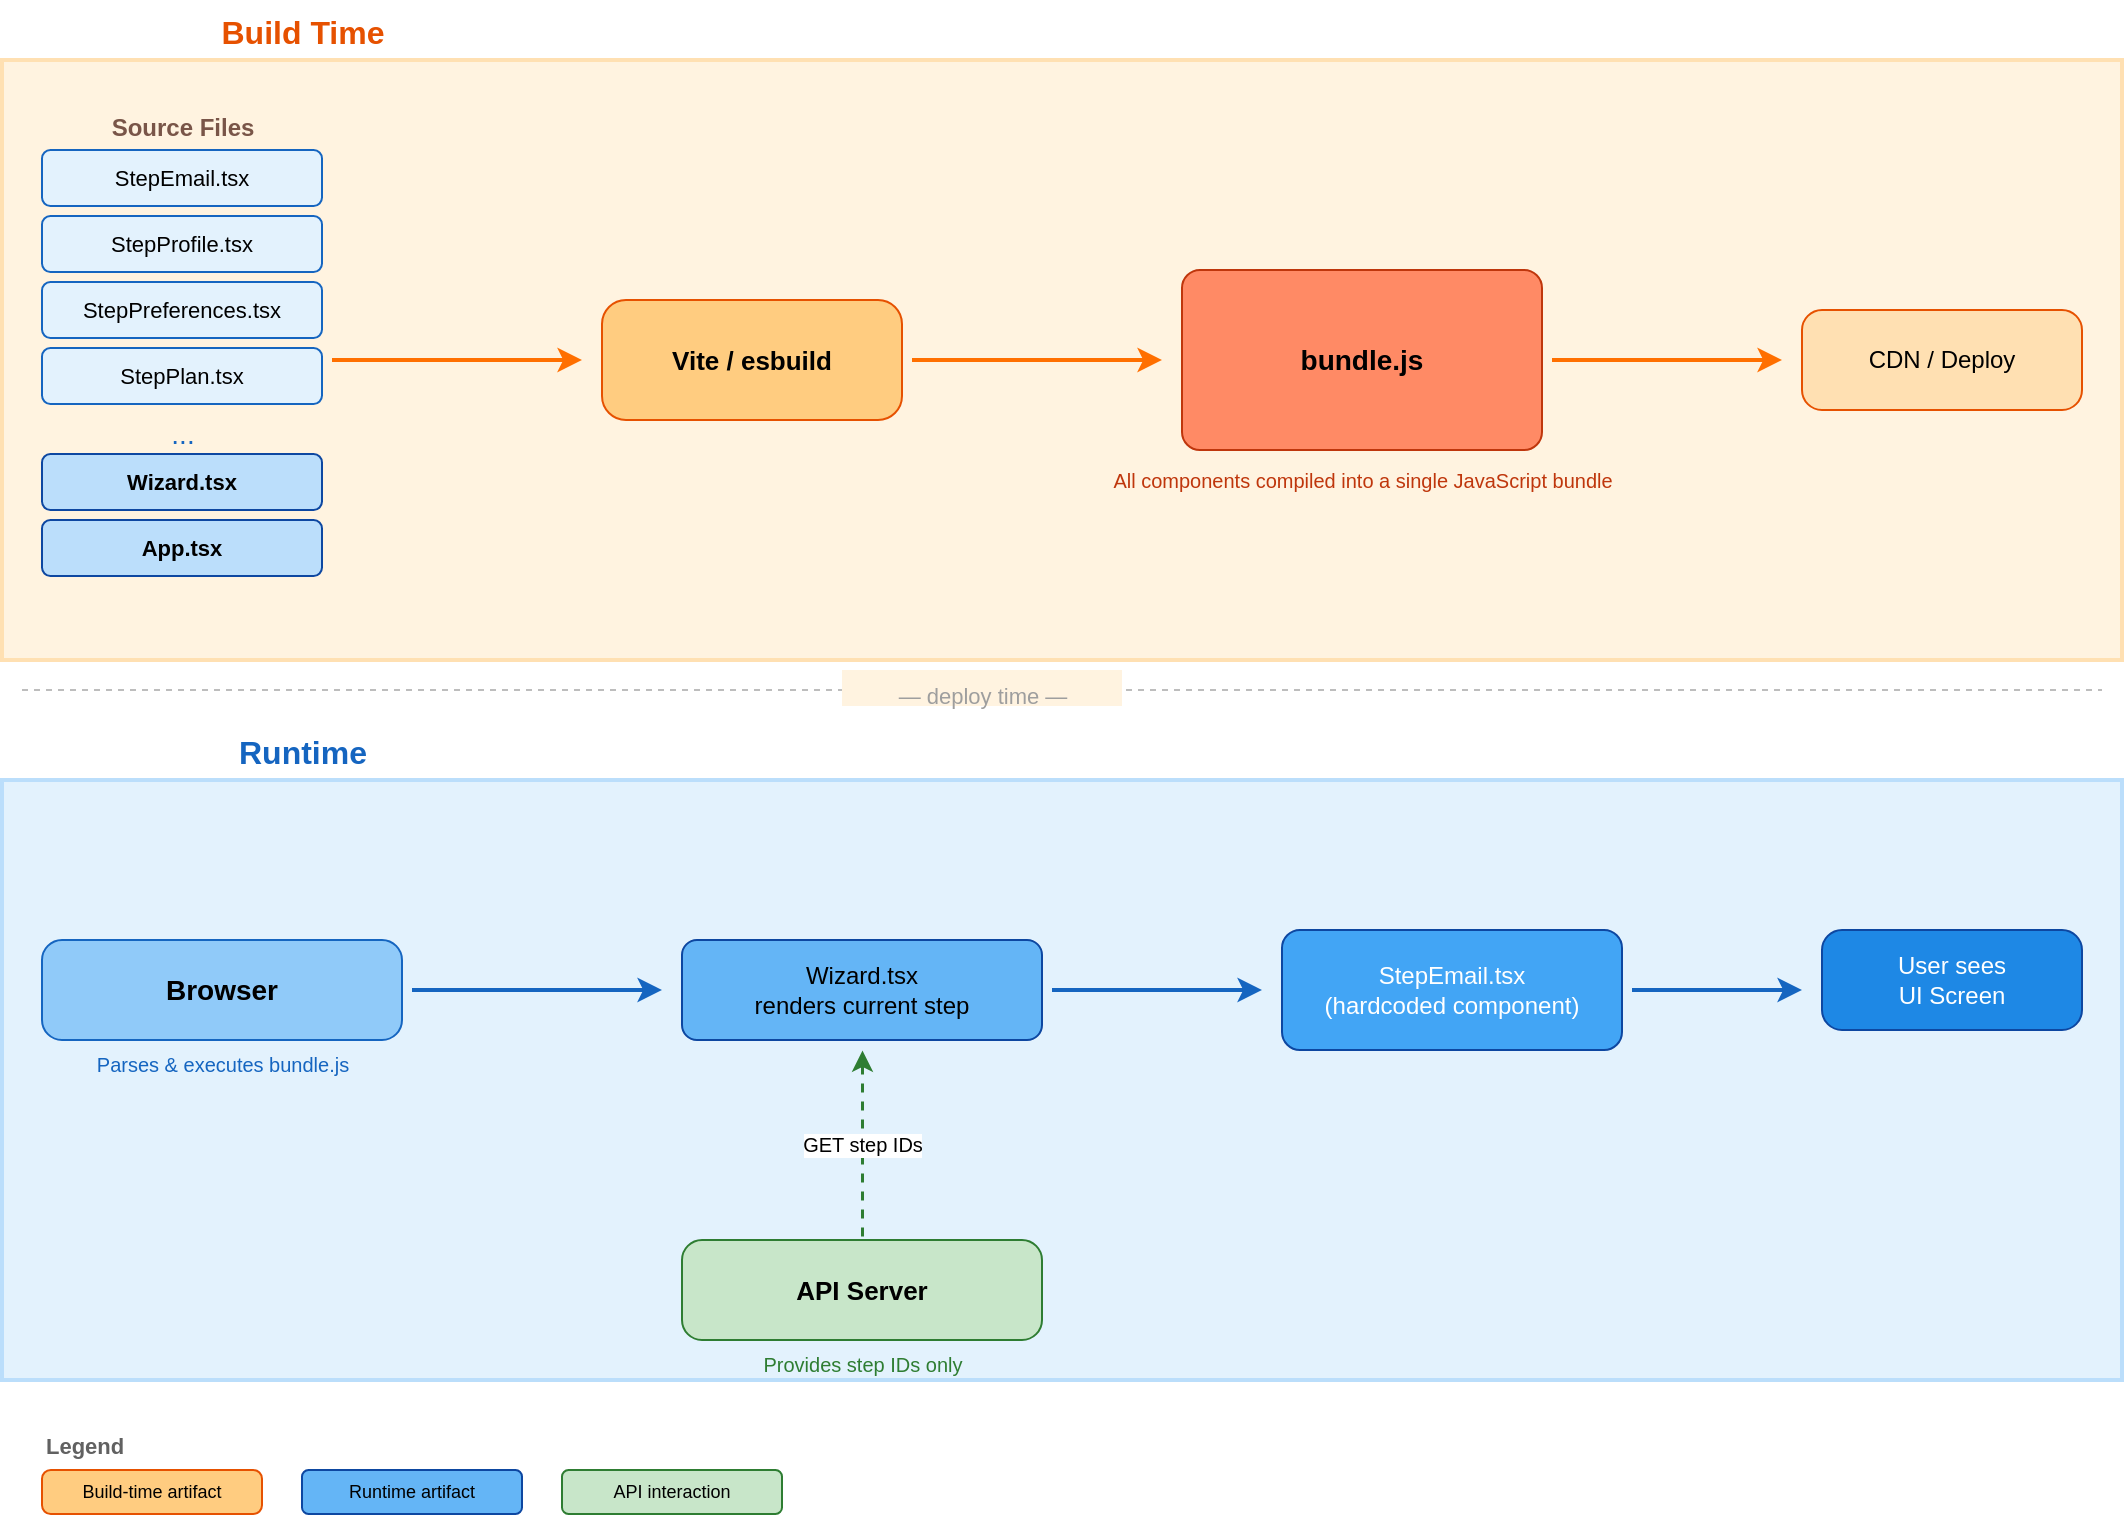
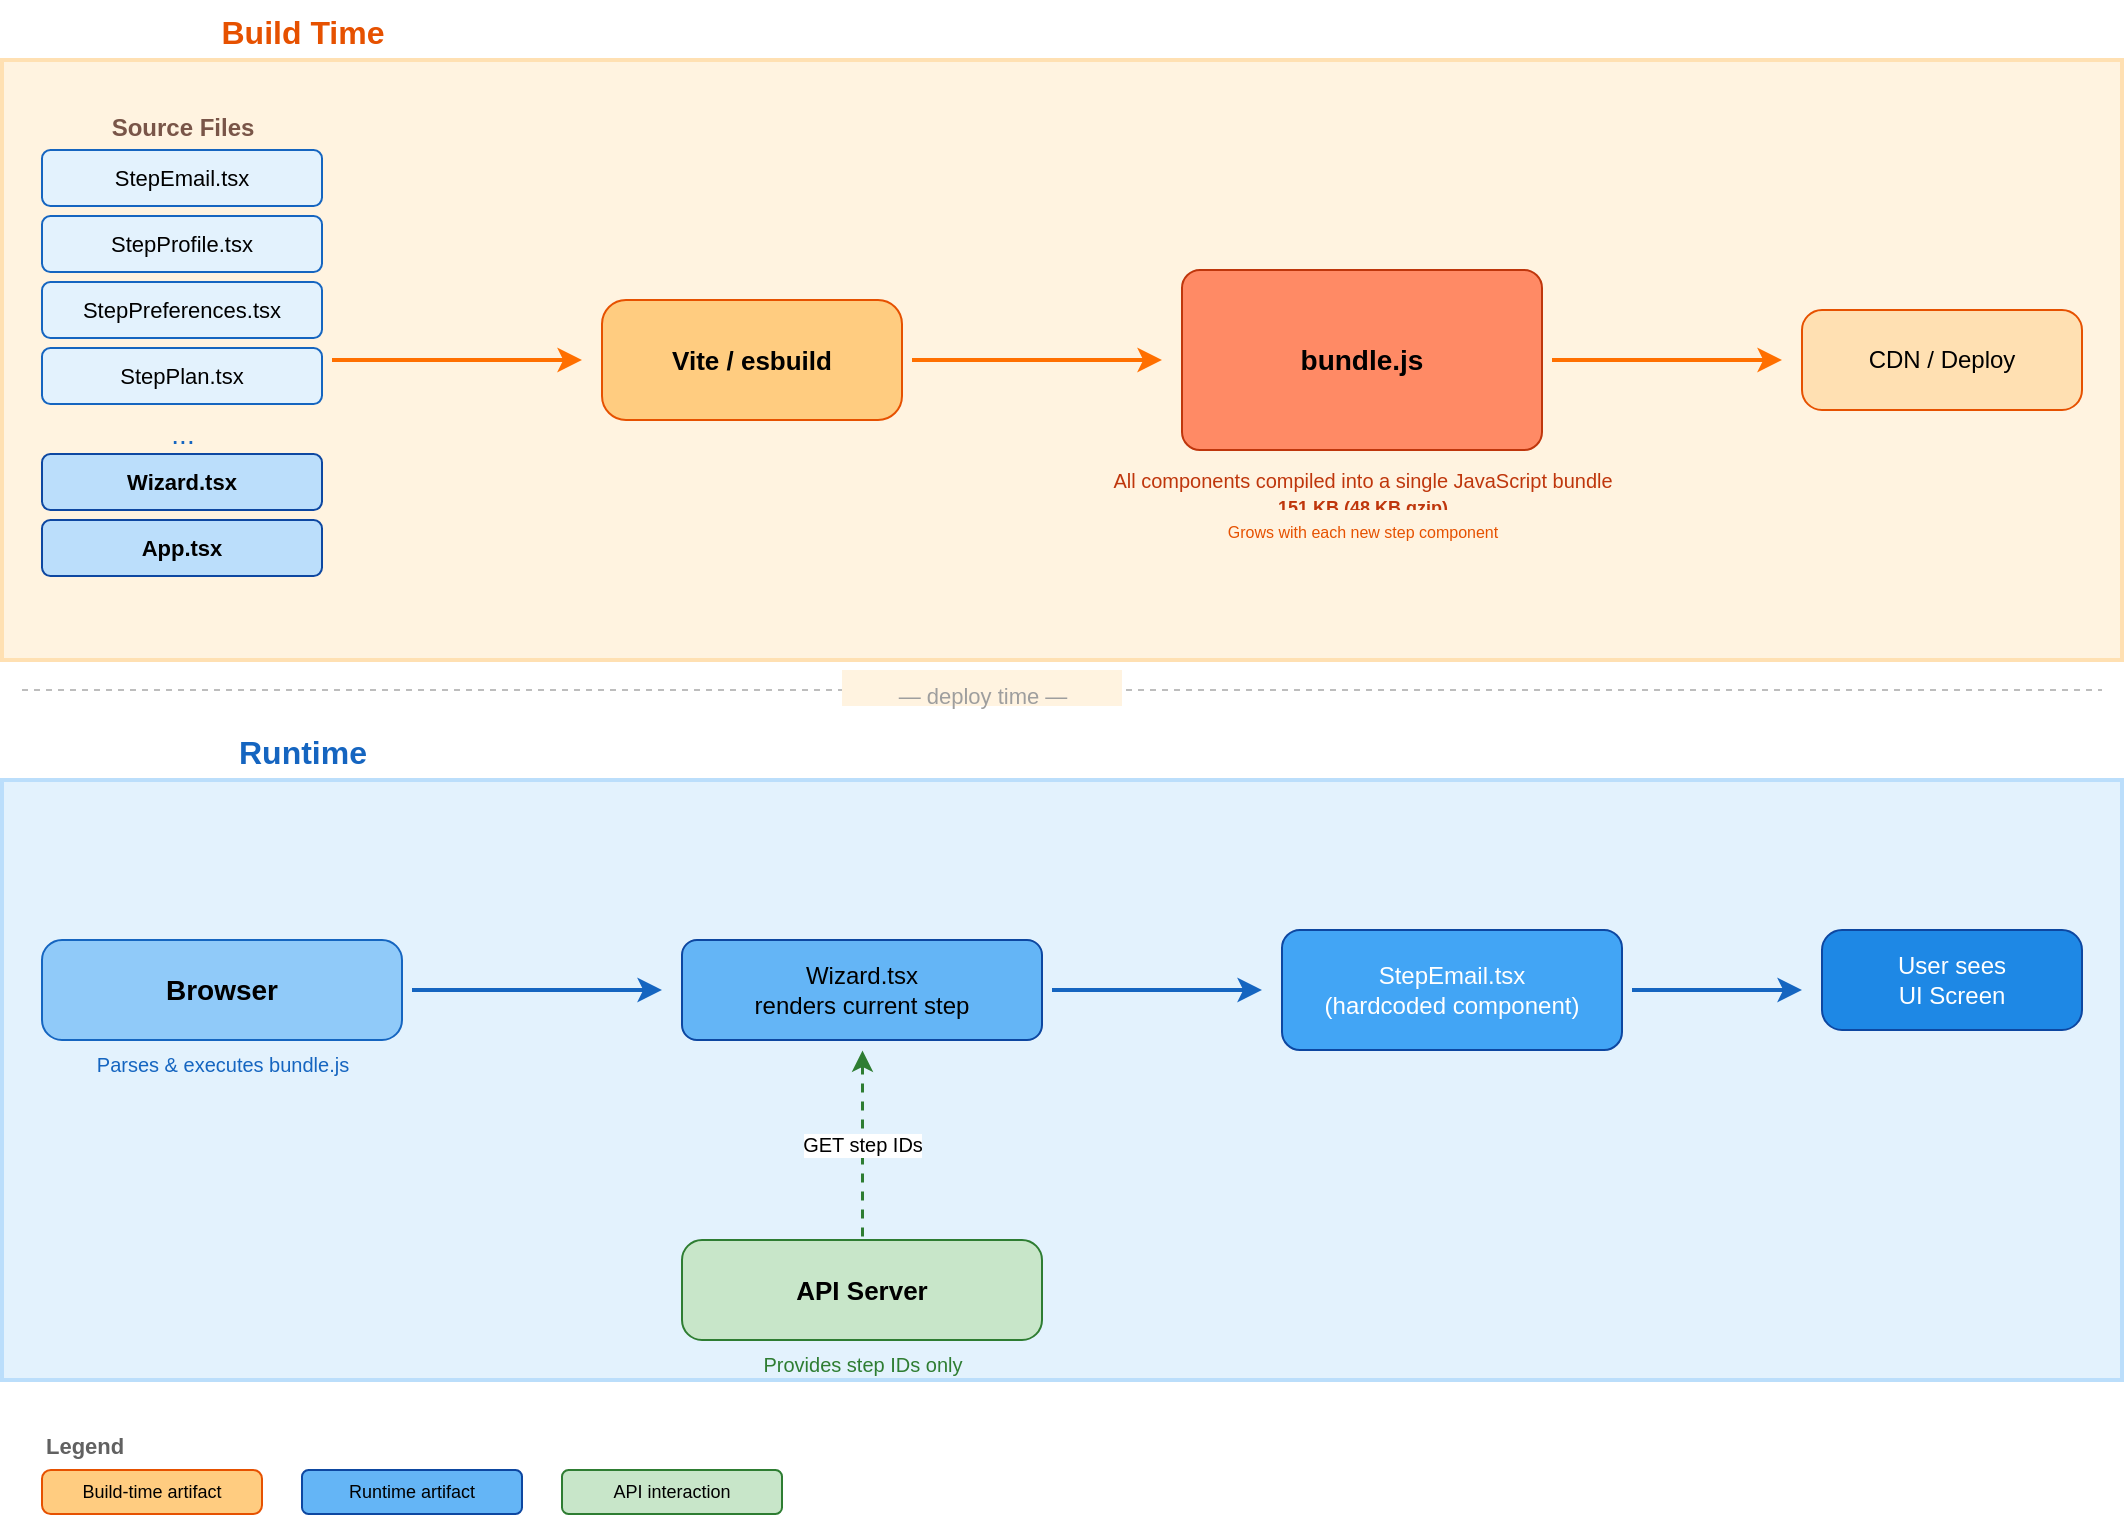
<mxfile host="app.diagrams.net" modified="2026-07-02T09:00:00Z" agent="Mozilla/5.0" version="24.2.5">
  <diagram id="flow" name="Architecture Flow">
    <mxGraphModel dx="0" dy="0" grid="1" gridSize="10" guides="1" tooltips="1" connect="1" arrows="1" fold="1" page="1" pageScale="1" pageWidth="1100" pageHeight="850" math="0" shadow="0">
      <root>
        <mxCell id="0" />
        <mxCell id="1" parent="0" />

        <!-- Section: Build Time -->
        <mxCell id="s-build" value="Build Time" style="text;html=1;strokeColor=none;fillColor=none;align=center;fontSize=16;fontStyle=1;fontColor=#e65100;" vertex="1" parent="1">
          <mxGeometry x="20" y="10" width="300" height="30" as="geometry" />
        </mxCell>

        <mxCell id="bg-build" value="" style="rounded=0;whiteSpace=window;fillColor=#fff3e0;strokeColor=#ffe0b2;strokeWidth=2;fontSize=12;html=1;" vertex="1" parent="1">
          <mxGeometry x="20" y="40" width="1060" height="300" as="geometry" />
        </mxCell>

        <!-- Source files column -->
        <mxCell id="src-label" value="Source Files" style="text;html=1;strokeColor=none;fillColor=none;align=center;fontSize=12;fontColor=#795548;fontStyle=1;" vertex="1" parent="1">
          <mxGeometry x="40" y="60" width="140" height="20" as="geometry" />
        </mxCell>

        <mxCell id="src-step-email" value="StepEmail.tsx" style="rounded=1;whiteSpace=wrap;html=1;fillColor=#e3f2fd;strokeColor=#1565c0;fontSize=11;" vertex="1" parent="1">
          <mxGeometry x="40" y="85" width="140" height="28" as="geometry" />
        </mxCell>

        <mxCell id="src-step-profile" value="StepProfile.tsx" style="rounded=1;whiteSpace=wrap;html=1;fillColor=#e3f2fd;strokeColor=#1565c0;fontSize=11;" vertex="1" parent="1">
          <mxGeometry x="40" y="118" width="140" height="28" as="geometry" />
        </mxCell>

        <mxCell id="src-step-prefs" value="StepPreferences.tsx" style="rounded=1;whiteSpace=wrap;html=1;fillColor=#e3f2fd;strokeColor=#1565c0;fontSize=11;" vertex="1" parent="1">
          <mxGeometry x="40" y="151" width="140" height="28" as="geometry" />
        </mxCell>

        <mxCell id="src-step-plan" value="StepPlan.tsx" style="rounded=1;whiteSpace=wrap;html=1;fillColor=#e3f2fd;strokeColor=#1565c0;fontSize=11;" vertex="1" parent="1">
          <mxGeometry x="40" y="184" width="140" height="28" as="geometry" />
        </mxCell>

        <mxCell id="src-ellipsis" value="..." style="text;html=1;strokeColor=none;fillColor=none;align=center;fontSize=14;fontColor=#1565c0;" vertex="1" parent="1">
          <mxGeometry x="40" y="212" width="140" height="20" as="geometry" />
        </mxCell>

        <mxCell id="src-wizard" value="Wizard.tsx" style="rounded=1;whiteSpace=wrap;html=1;fillColor=#bbdefb;strokeColor=#0d47a1;fontSize=11;fontStyle=1;" vertex="1" parent="1">
          <mxGeometry x="40" y="237" width="140" height="28" as="geometry" />
        </mxCell>

        <mxCell id="src-app" value="App.tsx" style="rounded=1;whiteSpace=wrap;html=1;fillColor=#bbdefb;strokeColor=#0d47a1;fontSize=11;fontStyle=1;" vertex="1" parent="1">
          <mxGeometry x="40" y="270" width="140" height="28" as="geometry" />
        </mxCell>

        <!-- Arrow: source files → build tool -->
        <mxCell id="arrow-src-build" value="" style="edgeStyle=orthogonalEdgeStyle;rounded=0;orthogonalLoop=1;jettySize=auto;html=1;exitX=1;exitY=0.5;entryX=0;entryY=0.5;strokeWidth=2;strokeColor=#ff6f00;" edge="1" parent="1">
          <mxGeometry relative="1" as="geometry">
            <mxPoint x="185" y="190" as="sourcePoint" />
            <mxPoint x="310" y="190" as="targetPoint" />
          </mxGeometry>
        </mxCell>

        <!-- Build tool -->
        <mxCell id="build-tool" value="Vite / esbuild" style="rounded=1;whiteSpace=wrap;html=1;fillColor=#ffcc80;strokeColor=#e65100;fontSize=13;fontStyle=1;arcSize=20;" vertex="1" parent="1">
          <mxGeometry x="320" y="160" width="150" height="60" as="geometry" />
        </mxCell>

        <!-- Arrow: build tool → bundle -->
        <mxCell id="arrow-build-bundle" value="" style="edgeStyle=orthogonalEdgeStyle;rounded=0;orthogonalLoop=1;jettySize=auto;html=1;exitX=1;exitY=0.5;entryX=0;entryY=0.5;strokeWidth=2;strokeColor=#ff6f00;" edge="1" parent="1">
          <mxGeometry relative="1" as="geometry">
            <mxPoint x="475" y="190" as="sourcePoint" />
            <mxPoint x="600" y="190" as="targetPoint" />
          </mxGeometry>
        </mxCell>

        <!-- Bundle -->
        <mxCell id="bundle" value="bundle.js" style="rounded=1;whiteSpace=wrap;html=1;fillColor=#ff8a65;strokeColor=#bf360c;fontSize=14;fontStyle=1;arcSize=10;" vertex="1" parent="1">
          <mxGeometry x="610" y="145" width="180" height="90" as="geometry" />
        </mxCell>

        <mxCell id="bundle-note" value="All components compiled into a single JavaScript bundle" style="text;html=1;strokeColor=none;fillColor=none;align=center;fontSize=10;fontColor=#bf360c;fontStyle=0;" vertex="1" parent="1">
          <mxGeometry x="610" y="238" width="180" height="16" as="geometry" />
+         </mxCell>
+ 
+         <mxCell id="bundle-size" value="151 KB (48 KB gzip)" style="text;html=1;strokeColor=none;fillColor=none;align=center;fontSize=9;fontColor=#bf360c;fontStyle=1;" vertex="1" parent="1">
+           <mxGeometry x="610" y="252" width="180" height="14" as="geometry" />
+         </mxCell>
+ 
+         <mxCell id="bundle-scale-note" value="Grows with each new step component" style="text;html=1;strokeColor=none;fillColor=#fff3e0;align=center;fontSize=8;fontColor=#e65100;rounded=1;" vertex="1" parent="1">
+           <mxGeometry x="610" y="265" width="180" height="18" as="geometry" />
        </mxCell>

        <!-- Arrow: bundle → deploy -->
        <mxCell id="arrow-bundle-deploy" value="" style="edgeStyle=orthogonalEdgeStyle;rounded=0;orthogonalLoop=1;jettySize=auto;html=1;exitX=1;exitY=0.5;entryX=0;entryY=0.5;strokeWidth=2;strokeColor=#ff6f00;" edge="1" parent="1">
          <mxGeometry relative="1" as="geometry">
            <mxPoint x="795" y="190" as="sourcePoint" />
            <mxPoint x="910" y="190" as="targetPoint" />
          </mxGeometry>
        </mxCell>

        <!-- Deploy -->
        <mxCell id="deploy" value="CDN / Deploy" style="rounded=1;whiteSpace=wrap;html=1;fillColor=#ffe0b2;strokeColor=#e65100;fontSize=12;arcSize=20;" vertex="1" parent="1">
          <mxGeometry x="920" y="165" width="140" height="50" as="geometry" />
        </mxCell>

        <!-- Divider -->
        <mxCell id="divider-line" value="" style="line;strokeWidth=1;strokeColor=#bdbdbd;dashed=1;html=1;" vertex="1" parent="1">
          <mxGeometry x="30" y="350" width="1040" height="10" as="geometry" />
        </mxCell>

        <mxCell id="divider-label" value="— deploy time —" style="text;html=1;strokeColor=none;fillColor=#fff3e0;align=center;fontSize=11;fontColor=#9e9e9e;" vertex="1" parent="1">
          <mxGeometry x="440" y="345" width="140" height="18" as="geometry" />
        </mxCell>

        <!-- Section: Runtime -->
        <mxCell id="s-runtime" value="Runtime" style="text;html=1;strokeColor=none;fillColor=none;align=center;fontSize=16;fontStyle=1;fontColor=#1565c0;" vertex="1" parent="1">
          <mxGeometry x="20" y="370" width="300" height="30" as="geometry" />
        </mxCell>

        <mxCell id="bg-runtime" value="" style="rounded=0;whiteSpace=window;fillColor=#e3f2fd;strokeColor=#bbdefb;strokeWidth=2;fontSize=12;html=1;" vertex="1" parent="1">
          <mxGeometry x="20" y="400" width="1060" height="300" as="geometry" />
        </mxCell>

        <!-- Browser -->
        <mxCell id="browser" value="Browser" style="rounded=1;whiteSpace=wrap;html=1;fillColor=#90caf9;strokeColor=#1565c0;fontSize=14;fontStyle=1;arcSize=20;" vertex="1" parent="1">
          <mxGeometry x="40" y="480" width="180" height="50" as="geometry" />
        </mxCell>

        <mxCell id="browser-note" value="Parses &amp; executes bundle.js" style="text;html=1;strokeColor=none;fillColor=none;align=center;fontSize=10;fontColor=#1565c0;" vertex="1" parent="1">
          <mxGeometry x="40" y="530" width="180" height="16" as="geometry" />
        </mxCell>

        <!-- Arrow: browser → react renders -->
        <mxCell id="arrow-browser-react" value="" style="edgeStyle=orthogonalEdgeStyle;rounded=0;orthogonalLoop=1;jettySize=auto;html=1;exitX=1;exitY=0.5;entryX=0;entryY=0.5;strokeWidth=2;strokeColor=#1565c0;" edge="1" parent="1">
          <mxGeometry relative="1" as="geometry">
            <mxPoint x="225" y="505" as="sourcePoint" />
            <mxPoint x="350" y="505" as="targetPoint" />
          </mxGeometry>
        </mxCell>

        <!-- React renders step -->
        <mxCell id="react-render" value="Wizard.tsx&#10;renders current step" style="rounded=1;whiteSpace=wrap;html=1;fillColor=#64b5f6;strokeColor=#0d47a1;fontSize=12;" vertex="1" parent="1">
          <mxGeometry x="360" y="480" width="180" height="50" as="geometry" />
        </mxCell>

        <!-- Arrow: render → step component -->
        <mxCell id="arrow-render-step" value="" style="edgeStyle=orthogonalEdgeStyle;rounded=0;orthogonalLoop=1;jettySize=auto;html=1;exitX=1;exitY=0.5;entryX=0;entryY=0.5;strokeWidth=2;strokeColor=#1565c0;" edge="1" parent="1">
          <mxGeometry relative="1" as="geometry">
            <mxPoint x="545" y="505" as="sourcePoint" />
            <mxPoint x="650" y="505" as="targetPoint" />
          </mxGeometry>
        </mxCell>

        <!-- Step component -->
        <mxCell id="step-comp" value="StepEmail.tsx&#10;(hardcoded component)" style="rounded=1;whiteSpace=wrap;html=1;fillColor=#42a5f5;strokeColor=#0d47a1;fontSize=12;fontColor=#ffffff;" vertex="1" parent="1">
          <mxGeometry x="660" y="475" width="170" height="60" as="geometry" />
        </mxCell>

        <!-- Arrow: step → user sees -->
        <mxCell id="arrow-step-screen" value="" style="edgeStyle=orthogonalEdgeStyle;rounded=0;orthogonalLoop=1;jettySize=auto;html=1;exitX=1;exitY=0.5;entryX=0;entryY=0.5;strokeWidth=2;strokeColor=#1565c0;" edge="1" parent="1">
          <mxGeometry relative="1" as="geometry">
            <mxPoint x="835" y="505" as="sourcePoint" />
            <mxPoint x="920" y="505" as="targetPoint" />
          </mxGeometry>
        </mxCell>

        <!-- Screen -->
        <mxCell id="screen" value="User sees&#10;UI Screen" style="rounded=1;whiteSpace=wrap;html=1;fillColor=#1e88e5;strokeColor=#0d47a1;fontSize=12;fontColor=#ffffff;arcSize=20;" vertex="1" parent="1">
          <mxGeometry x="930" y="475" width="130" height="50" as="geometry" />
        </mxCell>

        <!-- API server interaction -->
        <mxCell id="api-server" value="API Server" style="rounded=1;whiteSpace=wrap;html=1;fillColor=#c8e6c9;strokeColor=#2e7d32;fontSize=13;fontStyle=1;arcSize=20;" vertex="1" parent="1">
          <mxGeometry x="360" y="630" width="180" height="50" as="geometry" />
        </mxCell>

        <mxCell id="api-note" value="Provides step IDs only" style="text;html=1;strokeColor=none;fillColor=none;align=center;fontSize=10;fontColor=#2e7d32;" vertex="1" parent="1">
          <mxGeometry x="360" y="680" width="180" height="16" as="geometry" />
        </mxCell>

        <!-- Arrow: API → renderer -->
        <mxCell id="arrow-api-render" value="GET step IDs" style="edgeStyle=orthogonalEdgeStyle;rounded=0;orthogonalLoop=1;jettySize=auto;html=1;exitX=0.5;exitY=0;entryX=0.5;entryY=1;strokeWidth=1.5;strokeColor=#2e7d32;dashed=1;fontSize=10;" edge="1" parent="1">
          <mxGeometry relative="1" as="geometry">
            <mxPoint x="450" y="628" as="sourcePoint" />
            <mxPoint x="450" y="535" as="targetPoint" />
          </mxGeometry>
        </mxCell>

        <!-- Legend -->
        <mxCell id="legend" value="Legend" style="text;html=1;strokeColor=none;fillColor=none;align=left;fontSize=11;fontStyle=1;fontColor=#616161;" vertex="1" parent="1">
          <mxGeometry x="40" y="720" width="60" height="20" as="geometry" />
        </mxCell>

        <mxCell id="legend-bt" value="Build-time artifact" style="rounded=1;whiteSpace=wrap;html=1;fillColor=#ffcc80;strokeColor=#e65100;fontSize=9;arcSize=20;" vertex="1" parent="1">
          <mxGeometry x="40" y="745" width="110" height="22" as="geometry" />
        </mxCell>

        <mxCell id="legend-rt" value="Runtime artifact" style="rounded=1;whiteSpace=wrap;html=1;fillColor=#64b5f6;strokeColor=#0d47a1;fontSize=9;" vertex="1" parent="1">
          <mxGeometry x="170" y="745" width="110" height="22" as="geometry" />
        </mxCell>

        <mxCell id="legend-api" value="API interaction" style="rounded=1;whiteSpace=wrap;html=1;fillColor=#c8e6c9;strokeColor=#2e7d32;fontSize=9;" vertex="1" parent="1">
          <mxGeometry x="300" y="745" width="110" height="22" as="geometry" />
        </mxCell>
      </root>
    </mxGraphModel>
  </diagram>
  <diagram id="components" name="Component Hierarchy">
    <mxGraphModel dx="0" dy="0" grid="1" gridSize="10" guides="1" tooltips="1" connect="1" arrows="1" fold="1" page="1" pageScale="1" pageWidth="1100" pageHeight="850" math="0" shadow="0">
      <root>
        <mxCell id="0" />
        <mxCell id="1" parent="0" />

        <mxCell id="h-title" value="Component Hierarchy — Traditional Bundling" style="text;html=1;strokeColor=none;fillColor=none;align=center;fontSize=16;fontStyle=1;fontColor=#1565c0;" vertex="1" parent="1">
          <mxGeometry x="300" y="20" width="400" height="30" as="geometry" />
        </mxCell>

        <!-- App -->
        <mxCell id="h-app" value="App.tsx" style="rounded=1;whiteSpace=wrap;html=1;fillColor=#bbdefb;strokeColor=#0d47a1;fontSize=12;fontStyle=1;arcSize=20;" vertex="1" parent="1">
          <mxGeometry x="440" y="80" width="120" height="40" as="geometry" />
        </mxCell>

        <!-- WizardProvider -->
        <mxCell id="h-provider" value="WizardProvider&#10;(context / state)" style="rounded=1;whiteSpace=wrap;html=1;fillColor=#90caf9;strokeColor=#1565c0;fontSize=11;" vertex="1" parent="1">
          <mxGeometry x="440" y="160" width="120" height="50" as="geometry" />
        </mxCell>

        <mxCell id="h-edge-app-provider" value="" style="edgeStyle=orthogonalEdgeStyle;rounded=0;orthogonalLoop=1;jettySize=auto;html=1;exitX=0.5;exitY=1;entryX=0.5;entryY=0;strokeWidth=1.5;strokeColor=#1565c0;" edge="1" parent="1">
          <mxGeometry relative="1" as="geometry">
            <mxPoint x="500" y="120" as="sourcePoint" />
            <mxPoint x="500" y="160" as="targetPoint" />
          </mxGeometry>
        </mxCell>

        <!-- Wizard -->
        <mxCell id="h-wizard" value="Wizard.tsx" style="rounded=1;whiteSpace=wrap;html=1;fillColor=#64b5f6;strokeColor=#0d47a1;fontSize=12;fontStyle=1;" vertex="1" parent="1">
          <mxGeometry x="440" y="250" width="120" height="40" as="geometry" />
        </mxCell>

        <mxCell id="h-edge-provider-wizard" value="" style="edgeStyle=orthogonalEdgeStyle;rounded=0;orthogonalLoop=1;jettySize=auto;html=1;exitX=0.5;exitY=1;entryX=0.5;entryY=0;strokeWidth=1.5;strokeColor=#1565c0;" edge="1" parent="1">
          <mxGeometry relative="1" as="geometry">
            <mxPoint x="500" y="210" as="sourcePoint" />
            <mxPoint x="500" y="250" as="targetPoint" />
          </mxGeometry>
        </mxCell>

        <!-- ProgressBar -->
        <mxCell id="h-progress" value="ProgressBar&#10;(step dots)" style="rounded=1;whiteSpace=wrap;html=1;fillColor=#42a5f5;strokeColor=#0d47a1;fontSize=10;" vertex="1" parent="1">
          <mxGeometry x="130" y="340" width="120" height="40" as="geometry" />
        </mxCell>

        <mxCell id="h-edge-wizard-progress" value="" style="edgeStyle=orthogonalEdgeStyle;rounded=0;orthogonalLoop=1;jettySize=auto;html=1;exitX=0.5;exitY=1;entryX=0.5;entryY=0;strokeWidth=1.5;strokeColor=#1565c0;" edge="1" parent="1">
          <mxGeometry relative="1" as="geometry">
            <mxPoint x="460" y="290" as="sourcePoint" />
            <mxPoint x="190" y="340" as="targetPoint" />
          </mxGeometry>
        </mxCell>

        <!-- Step components group label -->
        <mxCell id="h-steps-label" value="Step Components (bundled)" style="text;html=1;strokeColor=none;fillColor=#e3f2fd;align=center;fontSize=11;fontStyle=1;fontColor=#1565c0;rounded=1;" vertex="1" parent="1">
          <mxGeometry x="280" y="330" width="140" height="22" as="geometry" />
        </mxCell>

        <mxCell id="h-steps-bg" value="" style="rounded=1;whiteSpace=window;fillColor=#e3f2fd;strokeColor=#bbdefb;strokeWidth=1;fontSize=12;html=1;dashed=1;" vertex="1" parent="1">
          <mxGeometry x="280" y="355" width="540" height="240" as="geometry" />
        </mxCell>

        <!-- StepEmail -->
        <mxCell id="h-step-email" value="StepEmail.tsx" style="rounded=1;whiteSpace=wrap;html=1;fillColor=#42a5f5;strokeColor=#1565c0;fontSize=10;fontColor=#ffffff;" vertex="1" parent="1">
          <mxGeometry x="300" y="370" width="150" height="30" as="geometry" />
        </mxCell>

        <!-- StepProfile -->
        <mxCell id="h-step-profile" value="StepProfile.tsx" style="rounded=1;whiteSpace=wrap;html=1;fillColor=#42a5f5;strokeColor=#1565c0;fontSize=10;fontColor=#ffffff;" vertex="1" parent="1">
          <mxGeometry x="300" y="410" width="150" height="30" as="geometry" />
        </mxCell>

        <!-- StepPreferences -->
        <mxCell id="h-step-prefs" value="StepPreferences.tsx" style="rounded=1;whiteSpace=wrap;html=1;fillColor=#42a5f5;strokeColor=#1565c0;fontSize=10;fontColor=#ffffff;" vertex="1" parent="1">
          <mxGeometry x="300" y="450" width="150" height="30" as="geometry" />
        </mxCell>

        <!-- StepPlan -->
        <mxCell id="h-step-plan" value="StepPlan.tsx" style="rounded=1;whiteSpace=wrap;html=1;fillColor=#42a5f5;strokeColor=#1565c0;fontSize=10;fontColor=#ffffff;" vertex="1" parent="1">
          <mxGeometry x="300" y="490" width="150" height="30" as="geometry" />
        </mxCell>

        <!-- StepBilling -->
        <mxCell id="h-step-billing" value="StepBilling.tsx (conditional)" style="rounded=1;whiteSpace=wrap;html=1;fillColor=#ef9a9a;strokeColor=#c62828;fontSize=10;fontColor=#ffffff;" vertex="1" parent="1">
          <mxGeometry x="480" y="370" width="170" height="30" as="geometry" />
        </mxCell>

        <!-- StepReview -->
        <mxCell id="h-step-review" value="StepReview.tsx" style="rounded=1;whiteSpace=wrap;html=1;fillColor=#42a5f5;strokeColor=#1565c0;fontSize=10;fontColor=#ffffff;" vertex="1" parent="1">
          <mxGeometry x="480" y="410" width="150" height="30" as="geometry" />
        </mxCell>

        <!-- StepConfirmation -->
        <mxCell id="h-step-confirm" value="StepConfirmation.tsx" style="rounded=1;whiteSpace=wrap;html=1;fillColor=#66bb6a;strokeColor=#2e7d32;fontSize=10;fontColor=#ffffff;" vertex="1" parent="1">
          <mxGeometry x="480" y="450" width="170" height="30" as="geometry" />
        </mxCell>

        <!-- Arrow from wizard to step group -->
        <mxCell id="h-edge-wizard-steps" value="switch(stepId)" style="edgeStyle=orthogonalEdgeStyle;rounded=0;orthogonalLoop=1;jettySize=auto;html=1;exitX=0.5;exitY=1;entryX=0.5;entryY=0;strokeWidth=1.5;strokeColor=#1565c0;fontSize=9;" edge="1" parent="1">
          <mxGeometry relative="1" as="geometry">
            <mxPoint x="440" y="290" as="sourcePoint" />
            <mxPoint x="550" y="355" as="targetPoint" />
          </mxGeometry>
        </mxCell>

        <!-- Note about sequential steps -->
        <mxCell id="h-sequential-note" value="Steps rendered in&#10;hardcoded sequence.&#10;Changing order = deploy." style="text;html=1;strokeColor=none;fillColor=#fff3e0;align=center;fontSize=9;fontColor=#e65100;rounded=1;" vertex="1" parent="1">
          <mxGeometry x="680" y="375" width="150" height="50" as="geometry" />
        </mxCell>

        <!-- Note about conditional -->
        <mxCell id="h-conditional-note" value="Billing step only shown&#10;when plan === &quot;pro&quot;" style="text;html=1;strokeColor=none;fillColor=none;align=left;fontSize=9;fontColor=#c62828;fontStyle=0;" vertex="1" parent="1">
          <mxGeometry x="480" y="495" width="170" height="30" as="geometry" />
        </mxCell>

        <!-- API note -->
        <mxCell id="h-api-note" value="API provides step IDs only.&#10;Client maps ID → component." style="text;html=1;strokeColor=none;fillColor=#e8f5e9;align=center;fontSize=9;fontColor=#2e7d32;rounded=1;" vertex="1" parent="1">
          <mxGeometry x="680" y="440" width="150" height="40" as="geometry" />
        </mxCell>

        <!-- Legend -->
        <mxCell id="h-legend" value="Legend" style="text;html=1;strokeColor=none;fillColor=none;align=left;fontSize=11;fontStyle=1;fontColor=#616161;" vertex="1" parent="1">
          <mxGeometry x="40" y="650" width="60" height="20" as="geometry" />
        </mxCell>

        <mxCell id="h-leg-wrapper" value="Container / layout" style="rounded=1;whiteSpace=wrap;html=1;fillColor=#90caf9;strokeColor=#1565c0;fontSize=9;" vertex="1" parent="1">
          <mxGeometry x="40" y="675" width="120" height="22" as="geometry" />
        </mxCell>
        <mxCell id="h-leg-step" value="Step component" style="rounded=1;whiteSpace=wrap;html=1;fillColor=#42a5f5;strokeColor=#1565c0;fontSize=9;fontColor=#ffffff;" vertex="1" parent="1">
          <mxGeometry x="180" y="675" width="120" height="22" as="geometry" />
        </mxCell>
        <mxCell id="h-leg-cond" value="Conditional" style="rounded=1;whiteSpace=wrap;html=1;fillColor=#ef9a9a;strokeColor=#c62828;fontSize=9;fontColor=#ffffff;" vertex="1" parent="1">
          <mxGeometry x="320" y="675" width="120" height="22" as="geometry" />
        </mxCell>
        <mxCell id="h-leg-final" value="Final / terminal" style="rounded=1;whiteSpace=wrap;html=1;fillColor=#66bb6a;strokeColor=#2e7d32;fontSize=9;fontColor=#ffffff;" vertex="1" parent="1">
          <mxGeometry x="460" y="675" width="120" height="22" as="geometry" />
        </mxCell>
      </root>
    </mxGraphModel>
  </diagram>
</mxfile>
